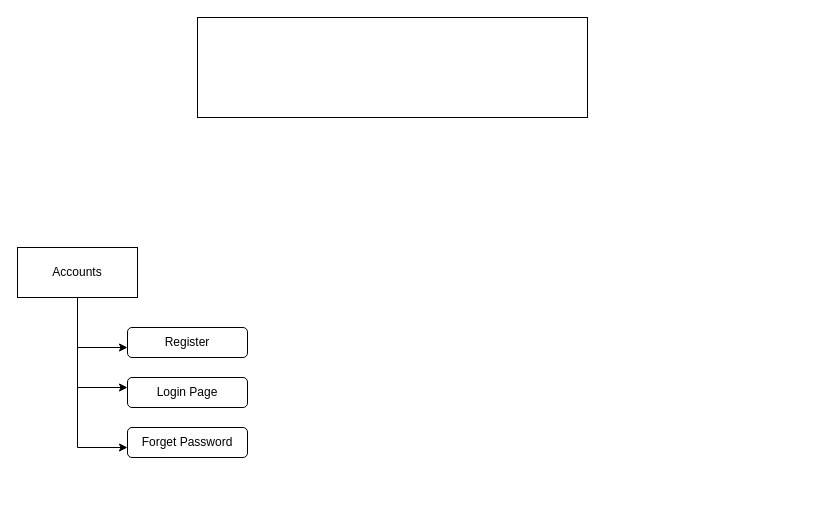
Above: static/img/Untitled Diagram.drawio in Flick93/117 (draw.io), before the change. Source tidied: cells renumbered, new cells numbered last; positions are measured from the earlier drawing's top-left corner, leaving out a move shared by most shapes. Both pictures are drawn from the tidied source at 100%, with x=0, y=0 at pixel (17, 17).
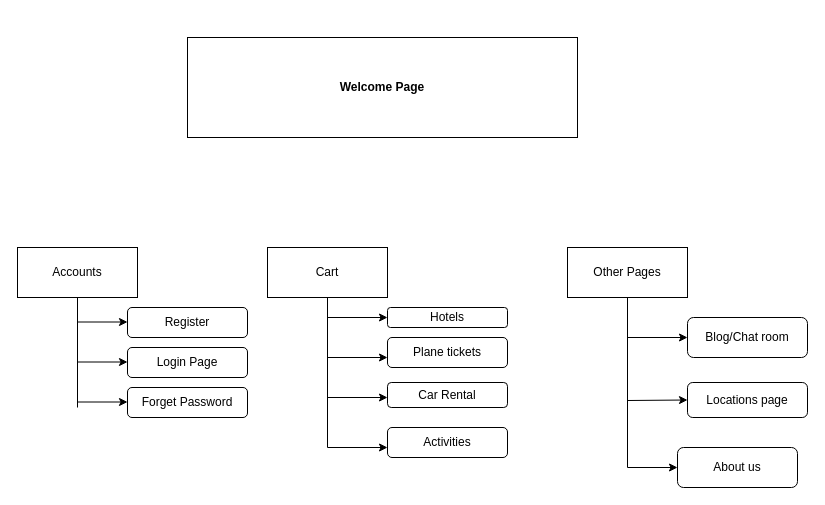
The same diagram, later.

Unchanged cells that the change refers to:
```xml
<mxCell id="2" value="Accounts" style="rounded=0;whiteSpace=wrap;html=1;" parent="1" vertex="1">
  <mxGeometry y="230" width="120" height="50" as="geometry" />
</mxCell>
```

Change to the diagram source:
```diff
@@
     <mxCell id="3" style="endArrow=classic;html=1;rounded=0;" parent="1" edge="1">
       <mxGeometry relative="1" as="geometry">
-        <mxPoint x="60" y="330" as="sourcePoint" />
-        <mxPoint x="110" y="330" as="targetPoint" />
+        <mxPoint x="60" y="304.5" as="sourcePoint" />
+        <mxPoint x="110" y="304.5" as="targetPoint" />
       </mxGeometry>
     </mxCell>
     <mxCell id="4" style="endArrow=classic;html=1;rounded=0;" parent="1" edge="1">
       <mxGeometry relative="1" as="geometry">
-        <mxPoint x="60" y="370" as="sourcePoint" />
-        <mxPoint x="110" y="370" as="targetPoint" />
+        <mxPoint x="60" y="344.5" as="sourcePoint" />
+        <mxPoint x="110" y="344.5" as="targetPoint" />
       </mxGeometry>
     </mxCell>
     <mxCell id="5" style="endArrow=classic;html=1;rounded=0;" parent="1" edge="1">
       <mxGeometry relative="1" as="geometry">
-        <mxPoint x="60" y="430" as="sourcePoint" />
-        <mxPoint x="110" y="430" as="targetPoint" />
+        <mxPoint x="60" y="384.5" as="sourcePoint" />
+        <mxPoint x="110" y="384.5" as="targetPoint" />
       </mxGeometry>
     </mxCell>
     <mxCell id="6" value="Register" style="rounded=1;whiteSpace=wrap;html=1;glass=0;" parent="1" vertex="1">
-      <mxGeometry x="110" y="310" width="120" height="30" as="geometry" />
+      <mxGeometry x="110" y="290" width="120" height="30" as="geometry" />
     </mxCell>
     <mxCell id="7" value="Login Page" style="rounded=1;whiteSpace=wrap;html=1;" parent="1" vertex="1">
-      <mxGeometry x="110" y="360" width="120" height="30" as="geometry" />
+      <mxGeometry x="110" y="330" width="120" height="30" as="geometry" />
     </mxCell>
     <mxCell id="8" value="Forget Password" style="rounded=1;whiteSpace=wrap;html=1;" parent="1" vertex="1">
-      <mxGeometry x="110" y="410" width="120" height="30" as="geometry" />
+      <mxGeometry x="110" y="370" width="120" height="30" as="geometry" />
     </mxCell>
     <mxCell id="9" style="endArrow=none;html=1;rounded=0;entryX=0.5;entryY=1;entryDx=0;entryDy=0;" parent="1" edge="1" target="2">
       <mxGeometry relative="1" as="geometry">
-        <mxPoint x="60" y="430" as="sourcePoint" />
+        <mxPoint x="60" y="390" as="sourcePoint" />
       </mxGeometry>
     </mxCell>
-    <mxCell id="10" style="rounded=0;whiteSpace=wrap;html=1;" parent="1" vertex="1">
-      <mxGeometry x="180" width="390" height="100" as="geometry" />
+    <mxCell id="10" value="&lt;b&gt;Welcome Page&lt;/b&gt;" style="rounded=0;whiteSpace=wrap;html=1;" parent="1" vertex="1">
+      <mxGeometry x="170" y="20" width="390" height="100" as="geometry" />
     </mxCell>
+    <mxCell id="11" value="Cart" style="rounded=0;whiteSpace=wrap;html=1;" parent="1" vertex="1">
+      <mxGeometry x="250" y="230" width="120" height="50" as="geometry" />
+    </mxCell>
+    <mxCell id="12" style="endArrow=none;html=1;rounded=0;entryX=0.5;entryY=1;entryDx=0;entryDy=0;" parent="1" edge="1" target="11">
+      <mxGeometry relative="1" as="geometry">
+        <mxPoint x="310" y="430" as="sourcePoint" />
+      </mxGeometry>
+    </mxCell>
+    <mxCell id="13" style="endArrow=classic;html=1;rounded=0;" parent="1" edge="1">
+      <mxGeometry relative="1" as="geometry">
+        <mxPoint x="310" y="300" as="sourcePoint" />
+        <mxPoint x="370" y="300" as="targetPoint" />
+      </mxGeometry>
+    </mxCell>
+    <mxCell id="14" style="endArrow=classic;html=1;rounded=0;" parent="1" edge="1">
+      <mxGeometry relative="1" as="geometry">
+        <mxPoint x="310" y="340" as="sourcePoint" />
+        <mxPoint x="370" y="340" as="targetPoint" />
+      </mxGeometry>
+    </mxCell>
+    <mxCell id="15" style="endArrow=classic;html=1;rounded=0;" parent="1" edge="1">
+      <mxGeometry relative="1" as="geometry">
+        <mxPoint x="310" y="380" as="sourcePoint" />
+        <mxPoint x="370" y="380" as="targetPoint" />
+      </mxGeometry>
+    </mxCell>
+    <mxCell id="16" value="Hotels" style="rounded=1;whiteSpace=wrap;html=1;" parent="1" vertex="1">
+      <mxGeometry x="370" y="290" width="120" height="20" as="geometry" />
+    </mxCell>
+    <mxCell id="17" value="Plane tickets" style="rounded=1;whiteSpace=wrap;html=1;" parent="1" vertex="1">
+      <mxGeometry x="370" y="320" width="120" height="30" as="geometry" />
+    </mxCell>
+    <mxCell id="18" value="Car Rental" style="rounded=1;whiteSpace=wrap;html=1;" parent="1" vertex="1">
+      <mxGeometry x="370" y="365" width="120" height="25" as="geometry" />
+    </mxCell>
+    <mxCell id="19" value="Activities" style="rounded=1;whiteSpace=wrap;html=1;" parent="1" vertex="1">
+      <mxGeometry x="370" y="410" width="120" height="30" as="geometry" />
+    </mxCell>
+    <mxCell id="20" style="endArrow=classic;html=1;rounded=0;" parent="1" edge="1">
+      <mxGeometry relative="1" as="geometry">
+        <mxPoint x="310" y="430" as="sourcePoint" />
+        <mxPoint x="370" y="430" as="targetPoint" />
+      </mxGeometry>
+    </mxCell>
+    <mxCell id="21" value="Other Pages" style="rounded=0;whiteSpace=wrap;html=1;" parent="1" vertex="1">
+      <mxGeometry x="550" y="230" width="120" height="50" as="geometry" />
+    </mxCell>
+    <mxCell id="22" style="endArrow=none;html=1;rounded=0;exitX=0.5;exitY=1;exitDx=0;exitDy=0;" parent="1" edge="1" source="21">
+      <mxGeometry relative="1" as="geometry">
+        <mxPoint x="610" y="450" as="targetPoint" />
+      </mxGeometry>
+    </mxCell>
+    <mxCell id="23" style="endArrow=classic;html=1;rounded=0;" parent="1" edge="1">
+      <mxGeometry relative="1" as="geometry">
+        <mxPoint x="610" y="320" as="sourcePoint" />
+        <mxPoint x="670" y="320" as="targetPoint" />
+      </mxGeometry>
+    </mxCell>
+    <mxCell id="24" value="Blog/Chat room" style="rounded=1;whiteSpace=wrap;html=1;" parent="1" vertex="1">
+      <mxGeometry x="670" y="300" width="120" height="40" as="geometry" />
+    </mxCell>
+    <mxCell id="25" value="Locations page" style="rounded=1;whiteSpace=wrap;html=1;" parent="1" vertex="1">
+      <mxGeometry x="670" y="365" width="120" height="35" as="geometry" />
+    </mxCell>
+    <mxCell id="26" style="endArrow=classic;html=1;rounded=0;entryX=0;entryY=0.5;entryDx=0;entryDy=0;" parent="1" edge="1" target="25">
+      <mxGeometry relative="1" as="geometry">
+        <mxPoint x="610" y="383" as="sourcePoint" />
+      </mxGeometry>
+    </mxCell>
+    <mxCell id="27" style="endArrow=classic;html=1;rounded=0;" parent="1" edge="1">
+      <mxGeometry relative="1" as="geometry">
+        <mxPoint x="610" y="450" as="sourcePoint" />
+        <mxPoint x="660" y="450" as="targetPoint" />
+      </mxGeometry>
+    </mxCell>
+    <mxCell id="28" value="About us" style="rounded=1;whiteSpace=wrap;html=1;" parent="1" vertex="1">
+      <mxGeometry x="660" y="430" width="120" height="40" as="geometry" />
+    </mxCell>
```
